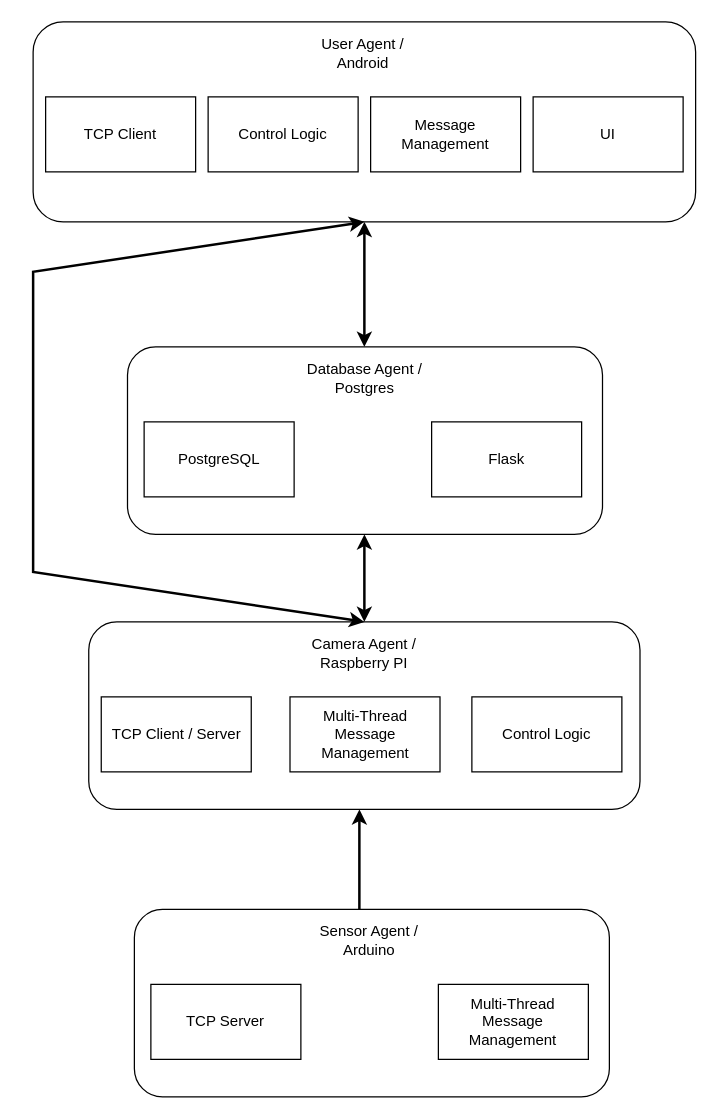
Before: Software_Schema.drawio in bmarrao/TPSE, a draw.io diagram. Source tidied: cells renumbered, new cells numbered last; positions are measured from the earlier drawing's top-left corner, leaving out a move shared by most shapes. Both pictures are drawn from the tidied source at 125%, with x=0, y=0 at pixel (32, 21).
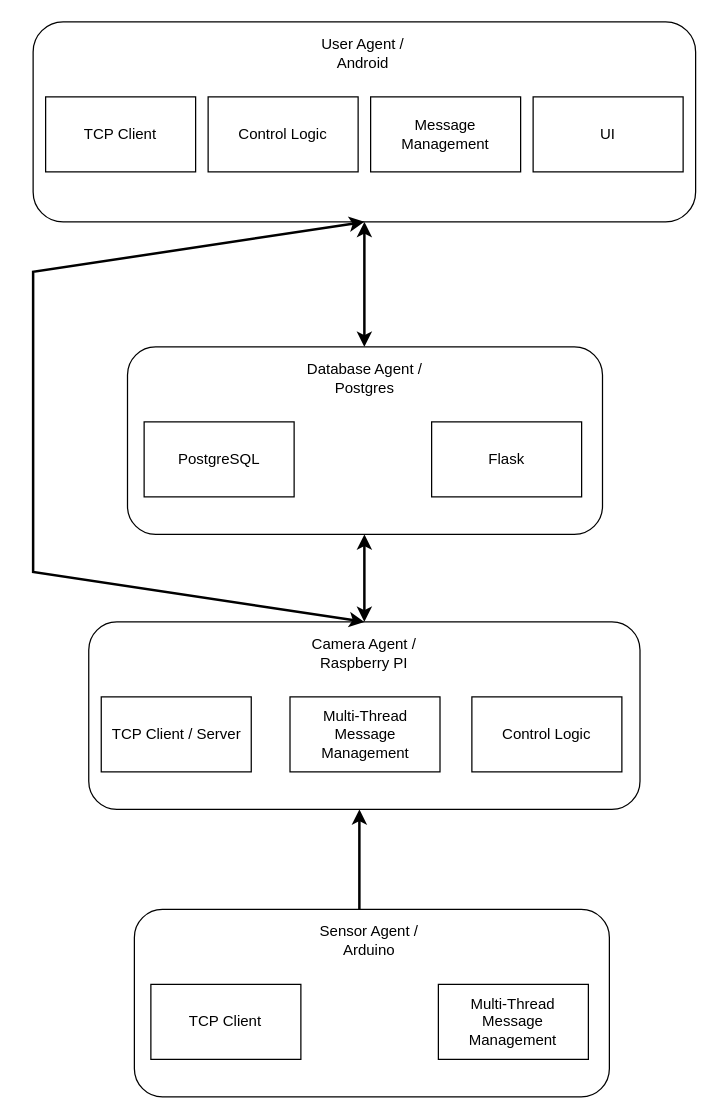
The same diagram, later.

Commit message:
Update sensor schema

The edit, as a diff of the source:
```diff
@@
-    <mxCell id="15" value="TCP Server" style="rounded=0;whiteSpace=wrap;html=1;" parent="1" vertex="1">
+    <mxCell id="15" value="TCP Client" style="rounded=0;whiteSpace=wrap;html=1;" parent="1" vertex="1">
       <mxGeometry x="94.2" y="770" width="120" height="60" as="geometry" />
     </mxCell>
```
